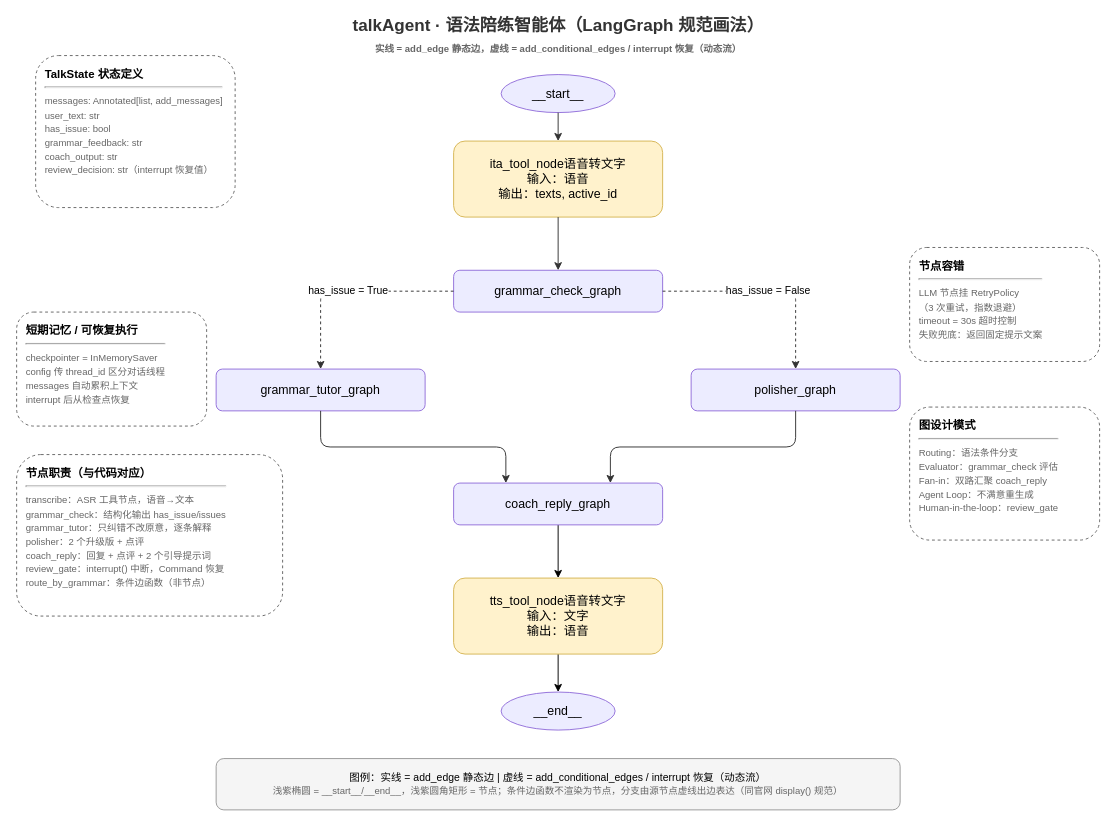
Above: backend/src/talk_agent/document/talk_agent_graph.drawio in Ekko306/dialog-ai (draw.io), before the change. Source tidied: cells renumbered, new cells numbered last; positions are measured from the earlier drawing's top-left corner, leaving out a move shared by most shapes. Both pictures are drawn from the tidied source at 95%, with x=0, y=0 at pixel (16, 17).
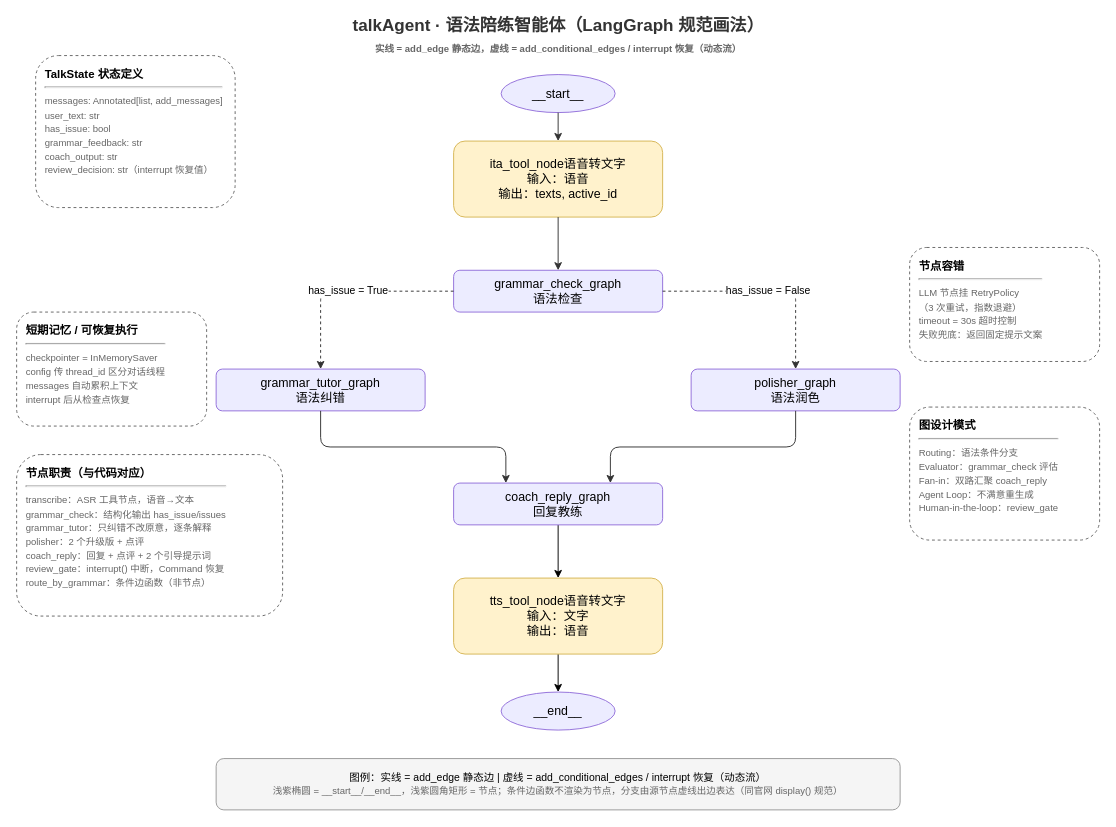
Above is the later version.

What changed in the source:
```diff
@@
-    <mxCell id="5" value="grammar_check_graph" style="rounded=1;whiteSpace=wrap;html=1;fillColor=#ECECFF;strokeColor=#9370DB;fontSize=13;" parent="1" vertex="1">
+    <mxCell id="5" value="grammar_check_graph&lt;br&gt;语法检查" style="rounded=1;whiteSpace=wrap;html=1;fillColor=#ECECFF;strokeColor=#9370DB;fontSize=13;" parent="1" vertex="1">
       <mxGeometry x="460" y="266" width="220" height="44" as="geometry" />
     </mxCell>
-    <mxCell id="6" value="grammar_tutor_graph" style="rounded=1;whiteSpace=wrap;html=1;fillColor=#ECECFF;strokeColor=#9370DB;fontSize=13;" parent="1" vertex="1">
+    <mxCell id="6" value="grammar_tutor_graph&lt;br&gt;语法纠错" style="rounded=1;whiteSpace=wrap;html=1;fillColor=#ECECFF;strokeColor=#9370DB;fontSize=13;" parent="1" vertex="1">
       <mxGeometry x="210" y="370" width="220" height="44" as="geometry" />
     </mxCell>
-    <mxCell id="7" value="polisher_graph" style="rounded=1;whiteSpace=wrap;html=1;fillColor=#ECECFF;strokeColor=#9370DB;fontSize=13;" parent="1" vertex="1">
+    <mxCell id="7" value="polisher_graph&lt;br&gt;语法润色" style="rounded=1;whiteSpace=wrap;html=1;fillColor=#ECECFF;strokeColor=#9370DB;fontSize=13;" parent="1" vertex="1">
       <mxGeometry x="710" y="370" width="220" height="44" as="geometry" />
     </mxCell>
@@
-    <mxCell id="9" value="coach_reply_graph" style="rounded=1;whiteSpace=wrap;html=1;fillColor=#ECECFF;strokeColor=#9370DB;fontSize=13;" parent="1" vertex="1">
+    <mxCell id="9" value="coach_reply_graph&lt;br&gt;回复教练" style="rounded=1;whiteSpace=wrap;html=1;fillColor=#ECECFF;strokeColor=#9370DB;fontSize=13;" parent="1" vertex="1">
       <mxGeometry x="460" y="490" width="220" height="44" as="geometry" />
     </mxCell>
```
